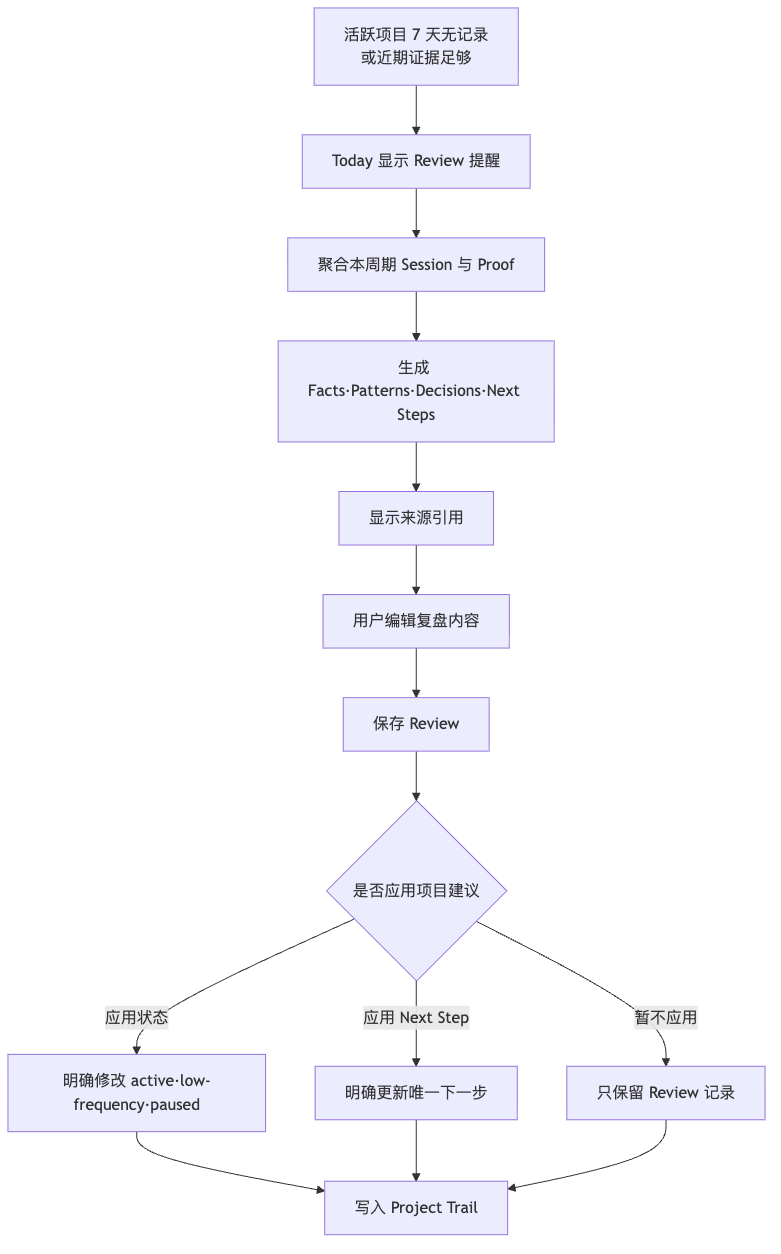
This is diagrams/product-review-flow.png from Panhe-C/self-study-studio, a Mermaid export, as it was before one commit. Its source is kept beside it as diagrams/product-review-flow.mmd. Its diagram source:
```mermaid
flowchart TD
  A[活跃项目 7 天无记录<br/>或近期证据足够] --> B[Today 显示 Review 提醒]
  B --> C[聚合本周期 Session 与 Proof]
  C --> D[生成 Facts·Patterns·Decisions·Next Steps]
  D --> E[显示来源引用]
  E --> F[用户编辑复盘内容]
  F --> G[保存 Review]
  G --> H{是否应用项目建议}
  H -->|应用状态| I[明确修改 active·low-frequency·paused]
  H -->|应用 Next Step| J[明确更新唯一下一步]
  H -->|暂不应用| K[只保留 Review 记录]
  I --> L[写入 Project Trail]
  J --> L
  K --> L
```
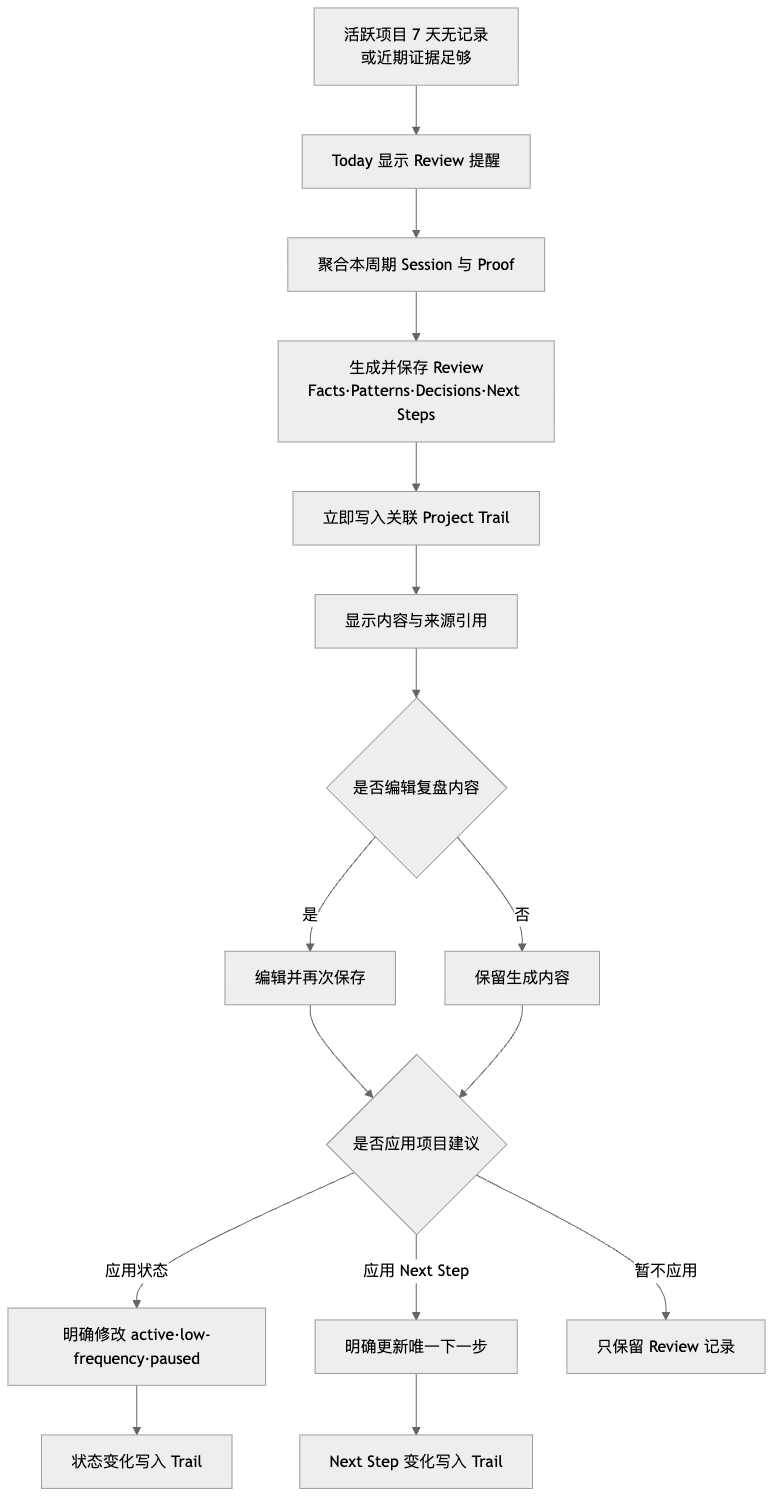
The same file after the commit.

What changed in the source:
```diff
@@ -1,14 +1,16 @@
 flowchart TD
   A[活跃项目 7 天无记录<br/>或近期证据足够] --> B[Today 显示 Review 提醒]
   B --> C[聚合本周期 Session 与 Proof]
-  C --> D[生成 Facts·Patterns·Decisions·Next Steps]
-  D --> E[显示来源引用]
-  E --> F[用户编辑复盘内容]
-  F --> G[保存 Review]
-  G --> H{是否应用项目建议}
-  H -->|应用状态| I[明确修改 active·low-frequency·paused]
-  H -->|应用 Next Step| J[明确更新唯一下一步]
-  H -->|暂不应用| K[只保留 Review 记录]
-  I --> L[写入 Project Trail]
-  J --> L
-  K --> L
+  C --> D[生成并保存 Review<br/>Facts·Patterns·Decisions·Next Steps]
+  D --> E[立即写入关联 Project Trail]
+  E --> F[显示内容与来源引用]
+  F --> G{是否编辑复盘内容}
+  G -->|是| H[编辑并再次保存]
+  G -->|否| I[保留生成内容]
+  H --> J{是否应用项目建议}
+  I --> J
+  J -->|应用状态| K[明确修改 active·low-frequency·paused]
+  J -->|应用 Next Step| L[明确更新唯一下一步]
+  J -->|暂不应用| M[只保留 Review 记录]
+  K --> N[状态变化写入 Trail]
+  L --> O[Next Step 变化写入 Trail]
```
